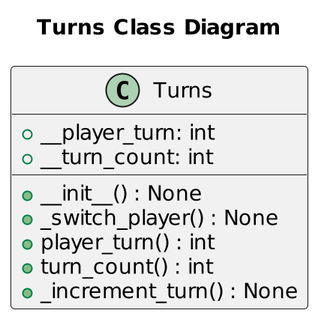
austin-s970/OOP-Connect4 keeps this PlantUML diagram as uml/Turns.png. Above is the earlier version.
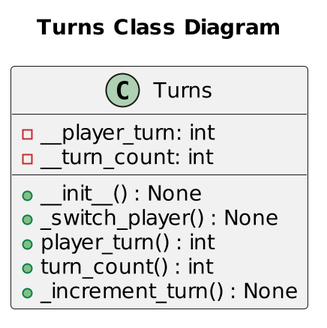
The same diagram one commit later.

The edit, as a diff of the source:
```diff
@@ -3,8 +3,8 @@
 title "Turns Class Diagram"
 class Turns {
     +__init__() : None
-    +__player_turn: int
-    +__turn_count: int
+    -__player_turn: int
+    -__turn_count: int
 
     +_switch_player() : None
     +player_turn() : int
```
